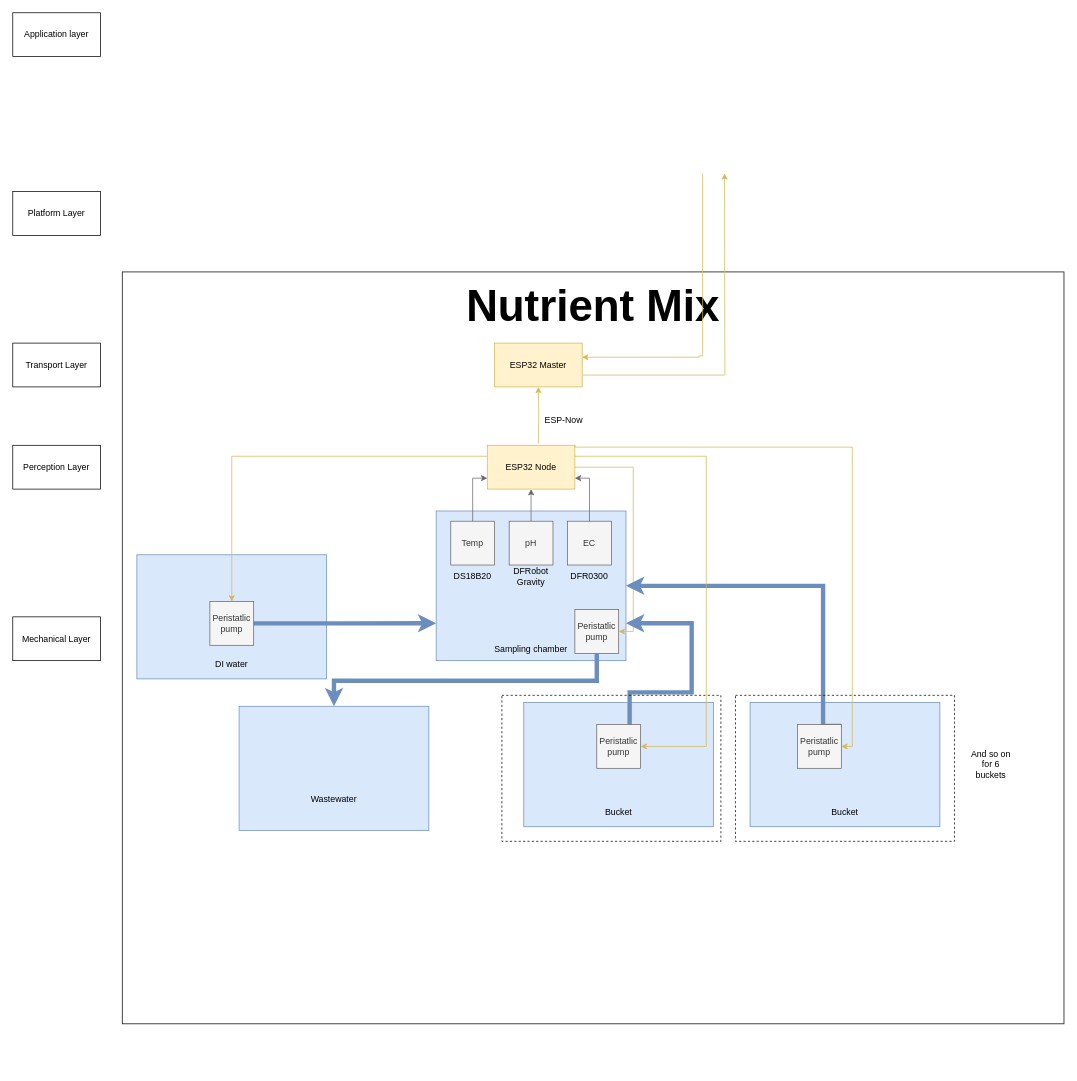
Before: page "Copy of Reference Design 2" (3 of 4) of Diagrams/Ref design/RAC.drawio in eg4301/Agritech, a draw.io diagram. Source tidied: cells renumbered, new cells numbered last; positions are measured from the earlier drawing's top-left corner, leaving out a move shared by most shapes. Both pictures are drawn from the tidied source at 73%, with x=0, y=0 at pixel (12, 12).
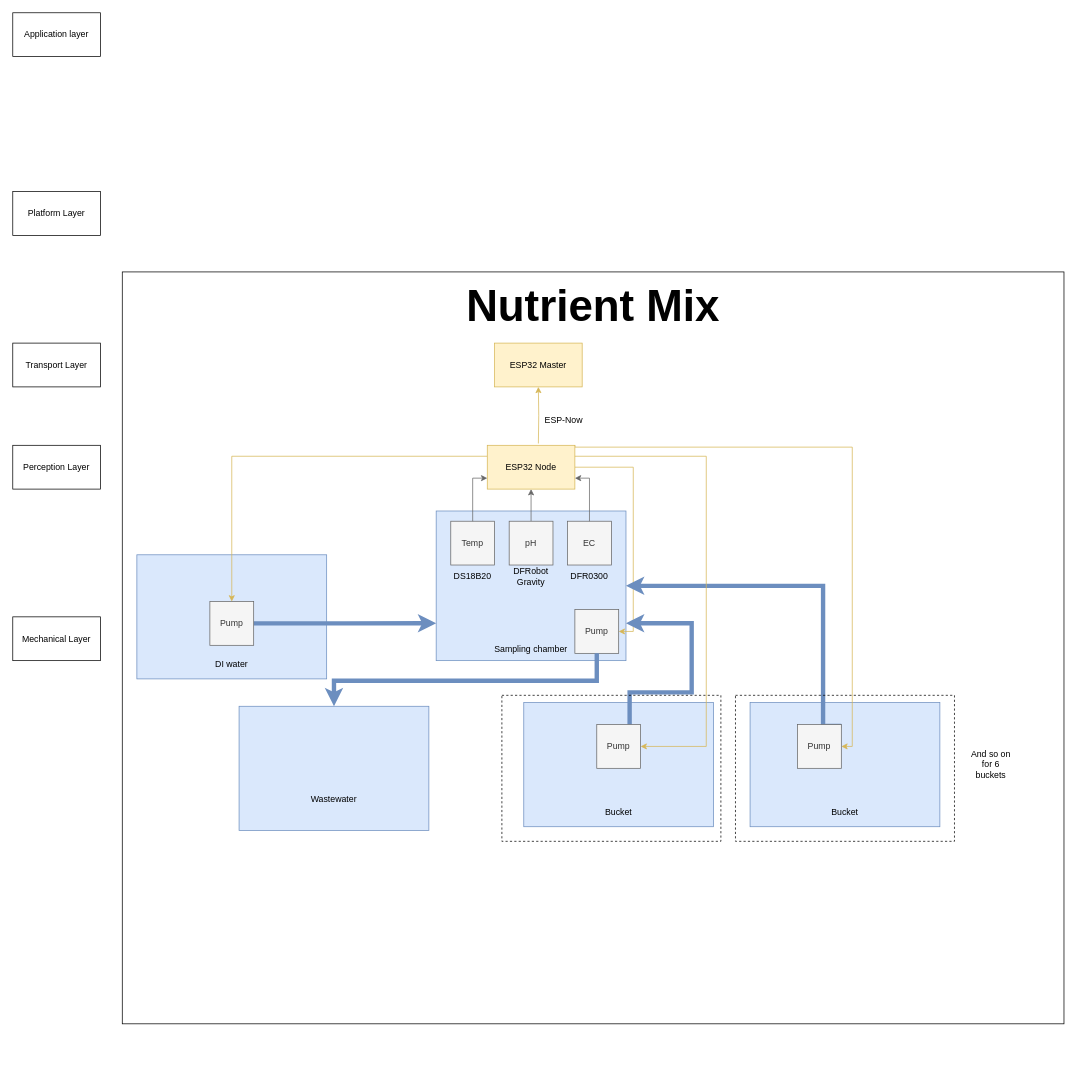
The same diagram, later.

Unchanged cells that the change refers to:
```xml
<mxCell id="19" value="ESP32 Master" style="rounded=0;whiteSpace=wrap;html=1;fillColor=#fff2cc;strokeColor=#d6b656;" parent="1" vertex="1">
  <mxGeometry x="660" y="452.5" width="120" height="60" as="geometry" />
</mxCell>
```

Diff of the diagram source:
```diff
@@
-    <mxCell id="31" value="Peristatlic pump" style="rounded=0;whiteSpace=wrap;html=1;fillColor=#f5f5f5;fontColor=#333333;strokeColor=#666666;" parent="1" vertex="1">
+    <mxCell id="31" value="Pump" style="rounded=0;whiteSpace=wrap;html=1;fillColor=#f5f5f5;fontColor=#333333;strokeColor=#666666;" parent="1" vertex="1">
       <mxGeometry x="800" y="975" width="60" height="60" as="geometry" />
     </mxCell>
@@
-    <mxCell id="34" value="Peristatlic pump" style="rounded=0;whiteSpace=wrap;html=1;fillColor=#f5f5f5;fontColor=#333333;strokeColor=#666666;" parent="1" vertex="1">
+    <mxCell id="34" value="Pump" style="rounded=0;whiteSpace=wrap;html=1;fillColor=#f5f5f5;fontColor=#333333;strokeColor=#666666;" parent="1" vertex="1">
       <mxGeometry x="1075" y="975" width="60" height="60" as="geometry" />
     </mxCell>
@@
-    <mxCell id="37" value="Peristatlic pump" style="rounded=0;whiteSpace=wrap;html=1;fillColor=#f5f5f5;fontColor=#333333;strokeColor=#666666;" parent="1" vertex="1">
+    <mxCell id="37" value="Pump" style="rounded=0;whiteSpace=wrap;html=1;fillColor=#f5f5f5;fontColor=#333333;strokeColor=#666666;" parent="1" vertex="1">
       <mxGeometry x="270" y="806.5" width="60" height="60" as="geometry" />
     </mxCell>
-    <mxCell id="38" value="Peristatlic pump" style="rounded=0;whiteSpace=wrap;html=1;fillColor=#f5f5f5;fontColor=#333333;strokeColor=#666666;" parent="1" vertex="1">
+    <mxCell id="38" value="Pump" style="rounded=0;whiteSpace=wrap;html=1;fillColor=#f5f5f5;fontColor=#333333;strokeColor=#666666;" parent="1" vertex="1">
       <mxGeometry x="770" y="817.5" width="60" height="60" as="geometry" />
     </mxCell>
@@
-    <mxCell id="40" style="edgeStyle=orthogonalEdgeStyle;rounded=0;jettySize=auto;html=1;fillColor=#fff2cc;strokeColor=#d6b656;exitX=1.006;exitY=0.73;exitDx=0;exitDy=0;entryX=0.5;entryY=1;entryDx=0;entryDy=0;exitPerimeter=0;" parent="1" edge="1" source="19">
-      <mxGeometry relative="1" as="geometry">
-        <mxPoint x="975" y="220" as="targetPoint" />
-      </mxGeometry>
-    </mxCell>
-    <mxCell id="41" style="edgeStyle=orthogonalEdgeStyle;rounded=0;jettySize=auto;html=1;fillColor=#fff2cc;strokeColor=#d6b656;exitX=0.25;exitY=1;exitDx=0;exitDy=0;entryX=0.998;entryY=0.322;entryDx=0;entryDy=0;entryPerimeter=0;" parent="1" edge="1" target="19">
-      <mxGeometry relative="1" as="geometry">
-        <mxPoint x="945" y="220" as="sourcePoint" />
-        <Array as="points">
-          <mxPoint x="945" y="470" />
-          <mxPoint x="940" y="470" />
-        </Array>
-      </mxGeometry>
-    </mxCell>
```
